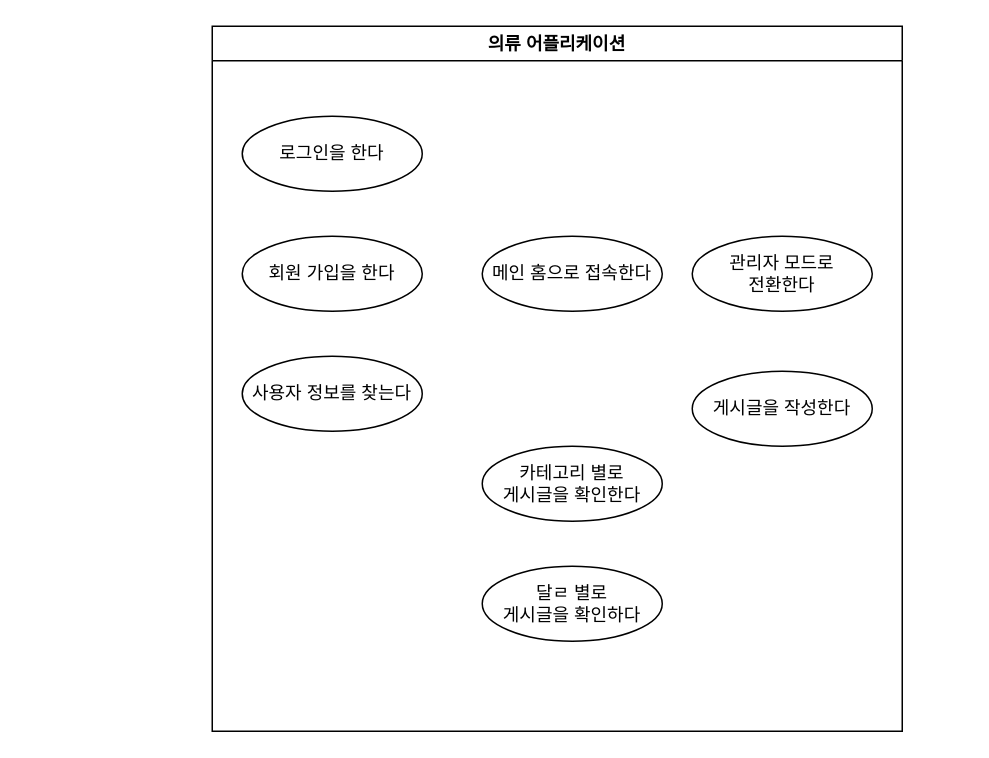
lasilla20/lasilla20 keeps this draw.io diagram as Use case .drawio. Above is the earlier version. Source tidied: cells renumbered, new cells numbered last; positions are measured from the earlier drawing's top-left corner, leaving out a move shared by most shapes. Both pictures are drawn from the tidied source at 150%, with x=0, y=0 at pixel (212, 26).
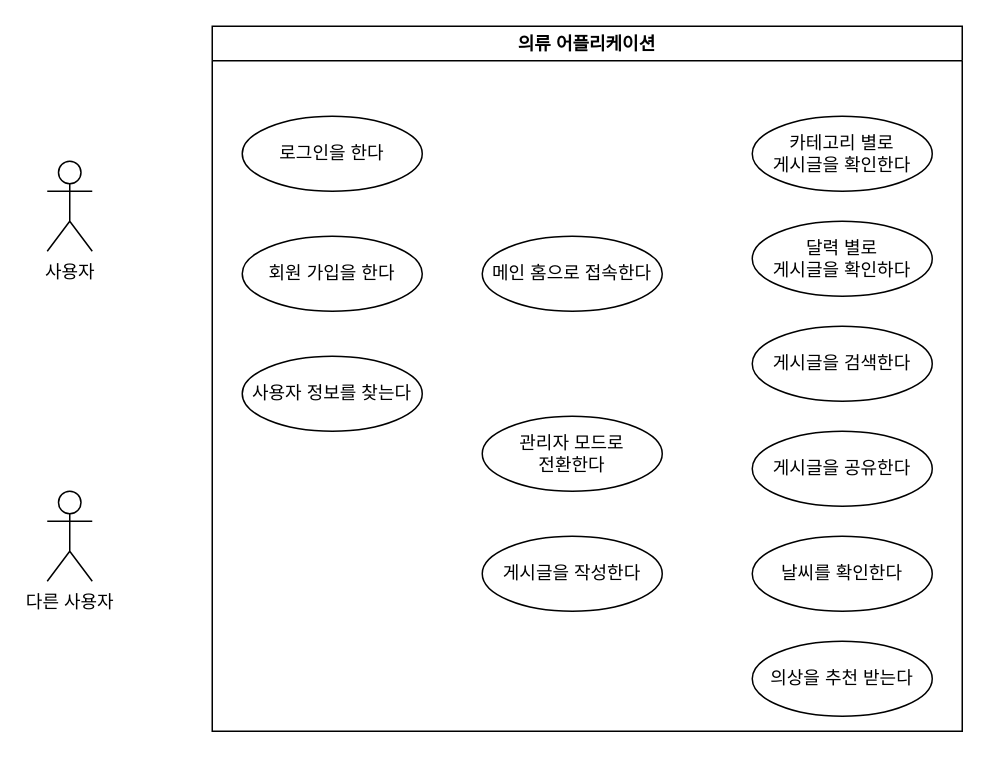
After the change.

The edit, as a diff of the source:
```diff
@@
 <mxGraphModel>
   <root>
     <mxCell id="0" />
     <mxCell id="1" parent="0" />
     <mxCell id="2" value="의류 어플리케이션" style="swimlane;" parent="1" vertex="1">
-      <mxGeometry width="460" height="470" as="geometry" />
+      <mxGeometry width="500" height="470" as="geometry" />
     </mxCell>
     <mxCell id="3" value="로그인을 한다" style="ellipse;whiteSpace=wrap;html=1;" parent="2" vertex="1">
       <mxGeometry x="20" y="60" width="120" height="50" as="geometry" />
     </mxCell>
     <mxCell id="4" value="회원 가입을 한다" style="ellipse;whiteSpace=wrap;html=1;" parent="2" vertex="1">
       <mxGeometry x="20" y="140" width="120" height="50" as="geometry" />
     </mxCell>
     <mxCell id="5" value="사용자 정보를 찾는다" style="ellipse;whiteSpace=wrap;html=1;" parent="2" vertex="1">
       <mxGeometry x="20" y="220" width="120" height="50" as="geometry" />
     </mxCell>
     <mxCell id="6" value="메인 홈으로 접속한다" style="ellipse;whiteSpace=wrap;html=1;" parent="2" vertex="1">
       <mxGeometry x="180" y="140" width="120" height="50" as="geometry" />
     </mxCell>
     <mxCell id="7" value="관리자 모드로&lt;br&gt;전환한다" style="ellipse;whiteSpace=wrap;html=1;" parent="2" vertex="1">
-      <mxGeometry x="320" y="140" width="120" height="50" as="geometry" />
+      <mxGeometry x="180" y="260" width="120" height="50" as="geometry" />
     </mxCell>
     <mxCell id="8" value="게시글을 작성한다" style="ellipse;whiteSpace=wrap;html=1;" parent="2" vertex="1">
-      <mxGeometry x="320" y="230" width="120" height="50" as="geometry" />
+      <mxGeometry x="180" y="340" width="120" height="50" as="geometry" />
     </mxCell>
     <mxCell id="9" value="카테고리 별로&lt;br&gt;게시글을 확인한다" style="ellipse;whiteSpace=wrap;html=1;" parent="2" vertex="1">
-      <mxGeometry x="180" y="280" width="120" height="50" as="geometry" />
+      <mxGeometry x="360" y="60" width="120" height="50" as="geometry" />
     </mxCell>
-    <mxCell id="10" value="달ㄹ 별로&lt;br&gt;게시글을 확인하다" style="ellipse;whiteSpace=wrap;html=1;" parent="2" vertex="1">
-      <mxGeometry x="180" y="360" width="120" height="50" as="geometry" />
+    <mxCell id="10" value="달력 별로&lt;br&gt;게시글을 확인하다" style="ellipse;whiteSpace=wrap;html=1;" parent="2" vertex="1">
+      <mxGeometry x="360" y="130" width="120" height="50" as="geometry" />
     </mxCell>
+    <mxCell id="11" value="게시글을 검색한다" style="ellipse;whiteSpace=wrap;html=1;" parent="2" vertex="1">
+      <mxGeometry x="360" y="200" width="120" height="50" as="geometry" />
+    </mxCell>
+    <mxCell id="12" value="게시글을 공유한다" style="ellipse;whiteSpace=wrap;html=1;" parent="2" vertex="1">
+      <mxGeometry x="360" y="270" width="120" height="50" as="geometry" />
+    </mxCell>
+    <mxCell id="13" value="날씨를 확인한다" style="ellipse;whiteSpace=wrap;html=1;" parent="2" vertex="1">
+      <mxGeometry x="360" y="340" width="120" height="50" as="geometry" />
+    </mxCell>
+    <mxCell id="14" value="의상을 추천 받는다" style="ellipse;whiteSpace=wrap;html=1;" parent="2" vertex="1">
+      <mxGeometry x="360" y="410" width="120" height="50" as="geometry" />
+    </mxCell>
+    <mxCell id="15" value="사용자" style="shape=umlActor;verticalLabelPosition=bottom;verticalAlign=top;html=1;" parent="1" vertex="1">
+      <mxGeometry x="-110" y="90" width="30" height="60" as="geometry" />
+    </mxCell>
+    <mxCell id="16" value="다른 사용자" style="shape=umlActor;verticalLabelPosition=bottom;verticalAlign=top;html=1;" parent="1" vertex="1">
+      <mxGeometry x="-110" y="310" width="30" height="60" as="geometry" />
+    </mxCell>
   </root>
 </mxGraphModel>
```
